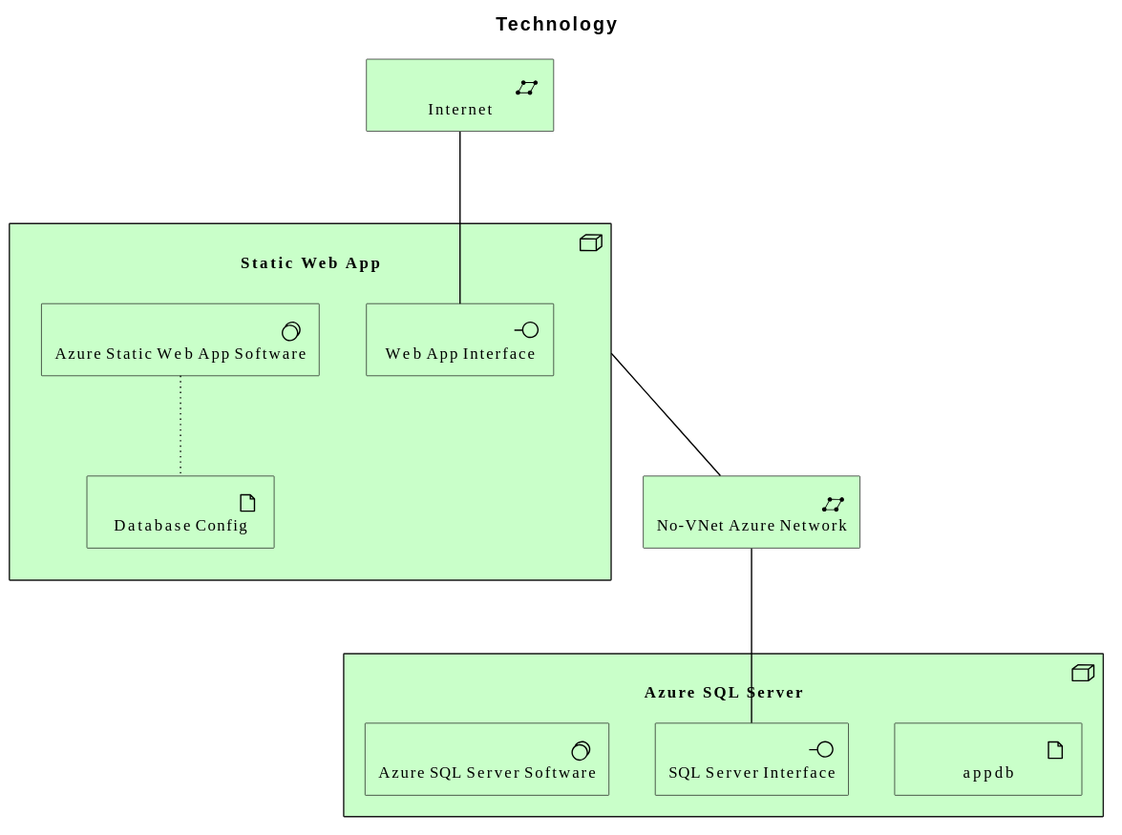
Above: diagrams/technology/overview.svg in wolffy-au/frictionless-sample-azure (PlantUML), before the change.
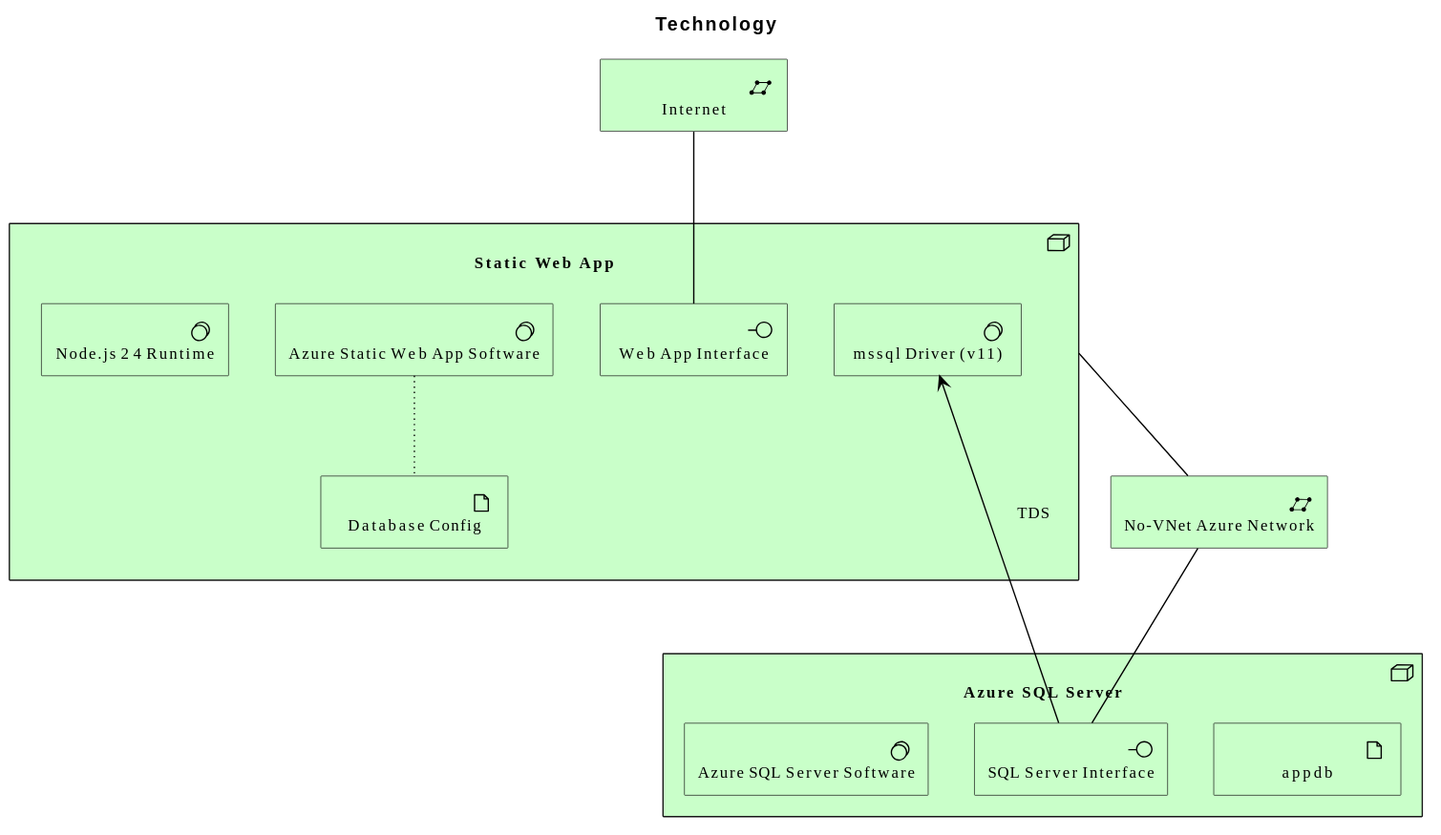
After the commit.

Commit message:
feat(architecture): model sample-azure's Node.js runtime and mssql driver

Change to the diagram source:
```diff
@@ -7,6 +7,8 @@
   Technology_Artifact(e_id1ee4629338065d, "Database Config")
   Technology_Interface(e_id33cc192ee35e5b, "Web App Interface")
   Technology_SystemSoftware(e_id3b81282895f35e, "Azure Static Web App Software")
+  Technology_SystemSoftware(e_id0d25a940b29254, "Node.js 24 Runtime")
+  Technology_SystemSoftware(e_id4c5fc1cbb2f459, "mssql Driver (v11)")
 }
 Technology_Node(e_idd447595fb73a5f, "Azure SQL Server") {
   Technology_Artifact(e_idf0ecd6fb3b8b5b, "appdb")
@@ -20,4 +22,5 @@
 Rel_Association(e_id454e7b903b8357, e_id33cc192ee35e5b, "")
 Rel_Association(e_id5deb57760c7b5f, e_id76a7034dd9ab53, "")
 Rel_Access(e_id3b81282895f35e, e_id1ee4629338065d, "")
+Rel_Serving_Up(e_id76a7034dd9ab53, e_id4c5fc1cbb2f459, "TDS")
 @enduml
```
